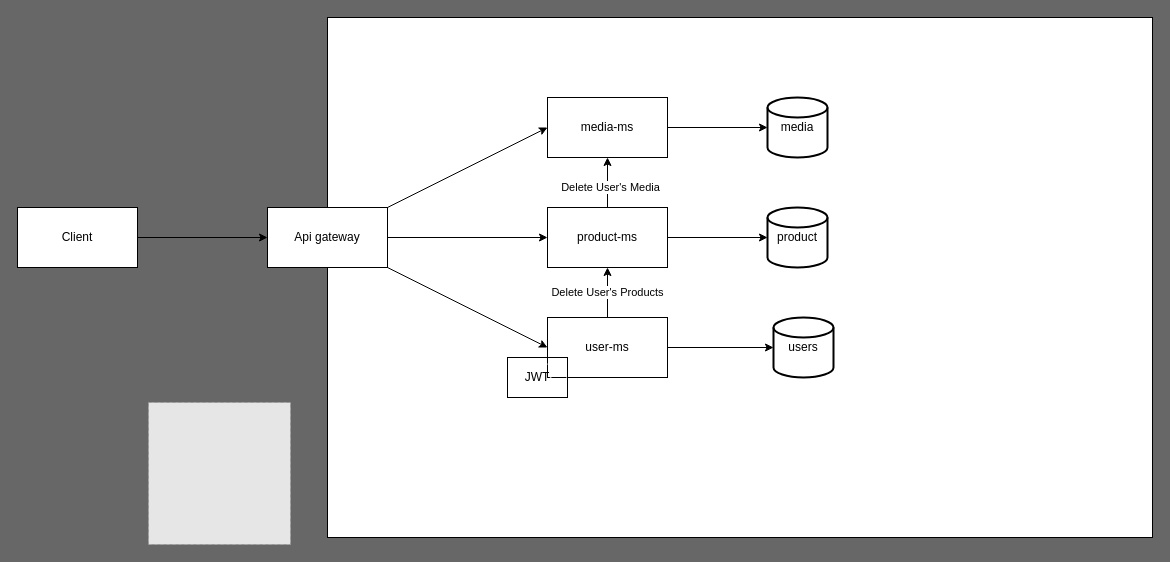
Before: data-flow.drawio in AntonWiklund1/buy-01, a draw.io diagram. Source tidied: cells renumbered, new cells numbered last; positions are measured from the earlier drawing's top-left corner, leaving out a move shared by most shapes. Both pictures are drawn from the tidied source at 100%, with x=0, y=0 at pixel (17, 17). Pictures stored in the file or linked from it are replaced by grey dashed boxes.
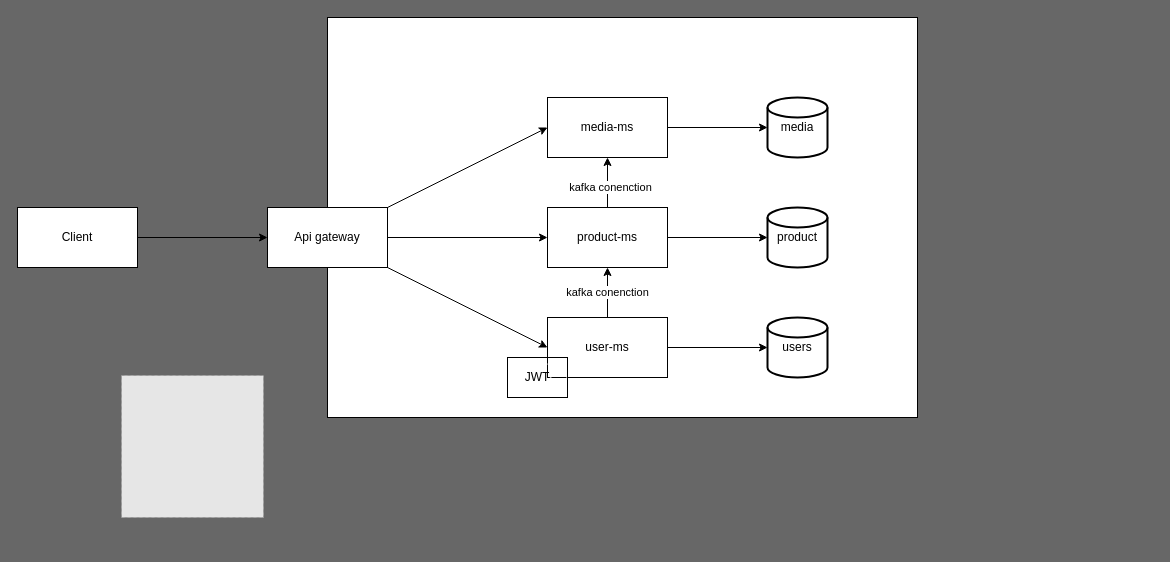
The same page after the edit.

Unchanged cells that the change refers to:
```xml
<mxCell id="9" value="user-ms" style="rounded=0;whiteSpace=wrap;html=1;glass=0;sketch=0;fillStyle=dashed;" parent="1" vertex="1">
  <mxGeometry x="530" y="300" width="120" height="60" as="geometry" />
</mxCell>
<mxCell id="11" value="product-ms" style="whiteSpace=wrap;html=1;rounded=0;glass=0;sketch=0;fillStyle=dashed;" parent="1" vertex="1">
  <mxGeometry x="530" y="190" width="120" height="60" as="geometry" />
</mxCell>
<mxCell id="22" value="&lt;br&gt;&lt;br style=&quot;border-color: rgb(0, 0, 0); color: rgb(240, 240, 240); font-family: Helvetica; font-size: 11px; font-style: normal; font-variant-ligatures: normal; font-variant-caps: normal; font-weight: 400; letter-spacing: normal; orphans: 2; text-align: center; text-indent: 0px; text-transform: none; widows: 2; word-spacing: 0px; -webkit-text-stroke-width: 0px; text-decoration-thickness: initial; text-decoration-style: initial; text-decoration-color: initial;&quot;&gt;&lt;br&gt;" style="edgeStyle=none;html=1;entryX=0.5;entryY=1;entryDx=0;entryDy=0;" parent="1" edge="1" source="11" target="17">
  <mxGeometry relative="1" as="geometry" />
</mxCell>
```

What changed in the source:
```diff
@@
-    <mxCell id="6" style="rounded=0;whiteSpace=wrap;html=1;glass=0;fillStyle=solid;fillColor=default;" parent="1" vertex="1">
-      <mxGeometry x="310" width="825" height="520" as="geometry" />
+    <mxCell id="6" style="rounded=0;whiteSpace=wrap;html=1;glass=0;fillStyle=solid;fillColor=default;labelBackgroundColor=none;" parent="1" vertex="1">
+      <mxGeometry x="310" width="590" height="400" as="geometry" />
     </mxCell>
@@
-    <mxCell id="8" value="Delete User's Products" style="edgeStyle=none;html=1;entryX=0.5;entryY=1;entryDx=0;entryDy=0;" parent="1" edge="1" source="9" target="11">
+    <mxCell id="8" value="kafka conenction" style="edgeStyle=none;html=1;entryX=0.5;entryY=1;entryDx=0;entryDy=0;" parent="1" edge="1" source="9" target="11">
       <mxGeometry relative="1" as="geometry" />
     </mxCell>
@@
     <mxCell id="19" value="users" style="strokeWidth=2;html=1;shape=mxgraph.flowchart.database;whiteSpace=wrap;rounded=0;glass=0;sketch=0;fillStyle=dashed;" parent="1" vertex="1">
-      <mxGeometry x="756" y="300" width="60" height="60" as="geometry" />
+      <mxGeometry x="750" y="300" width="60" height="60" as="geometry" />
     </mxCell>
@@
-    <mxCell id="23" value="Delete User's Media" style="edgeLabel;html=1;align=center;verticalAlign=middle;" parent="22" vertex="1">
+    <mxCell id="23" value="kafka conenction" style="edgeLabel;html=1;align=center;verticalAlign=middle;" parent="22" vertex="1">
       <mxGeometry x="-0.51" y="-2" relative="1" as="geometry">
         <mxPoint y="-9" as="offset" />
       </mxGeometry>
     </mxCell>
-    <mxCell id="24" style="fillColor=#E6E6E6;strokeColor=#999999;dashed=1;verticalLabelPosition=bottom;labelBackgroundColor=default;verticalAlign=top;" parent="1" vertex="1">
-      <mxGeometry x="131" y="385" width="142" height="142" as="geometry" />
-    </mxCell>
+    <mxCell id="25" style="fillColor=#E6E6E6;strokeColor=#999999;dashed=1;verticalLabelPosition=bottom;labelBackgroundColor=default;verticalAlign=top;" parent="1" vertex="1">
+      <mxGeometry x="104" y="358" width="142" height="142" as="geometry" />
+    </mxCell>
```
